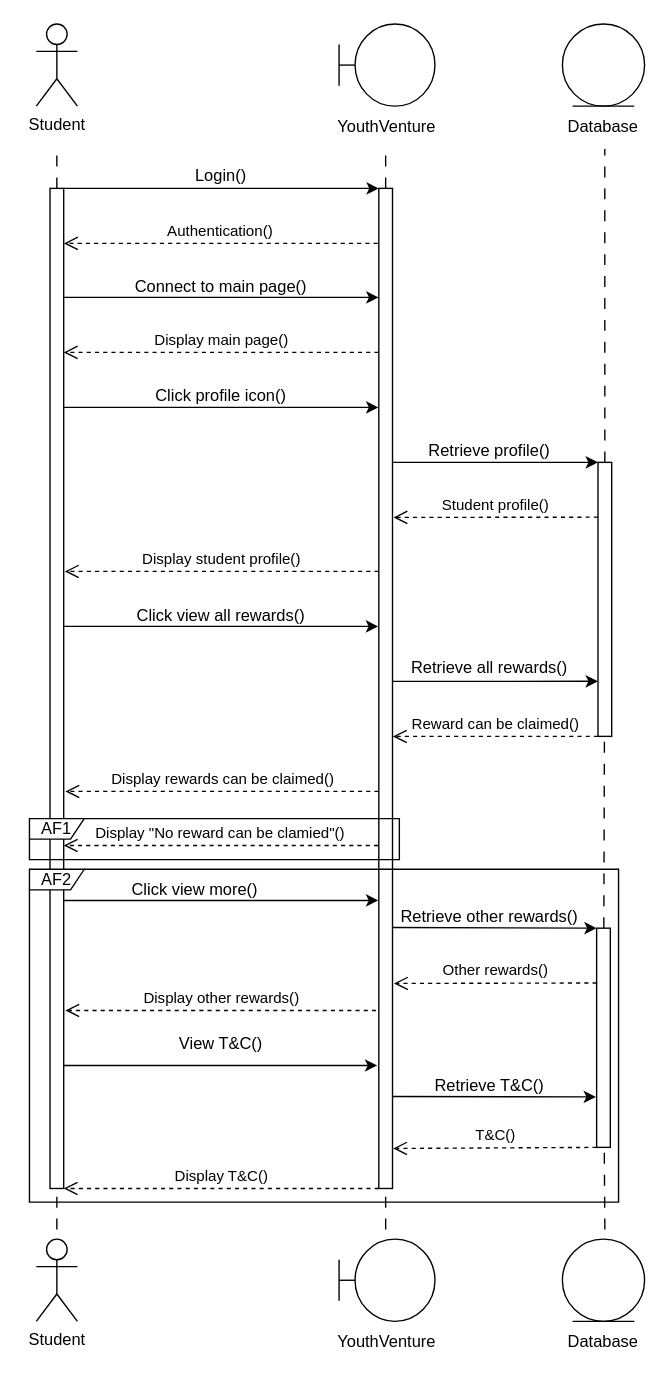
Above: sequence_diagram/UC019 seq diagram.drawio in wei2030/year2_project (draw.io), before the change. Source tidied: cells renumbered, new cells numbered last; positions are measured from the earlier drawing's top-left corner, leaving out a move shared by most shapes. Both pictures are drawn from the tidied source at 137%, with x=0, y=0 at pixel (29, 23).
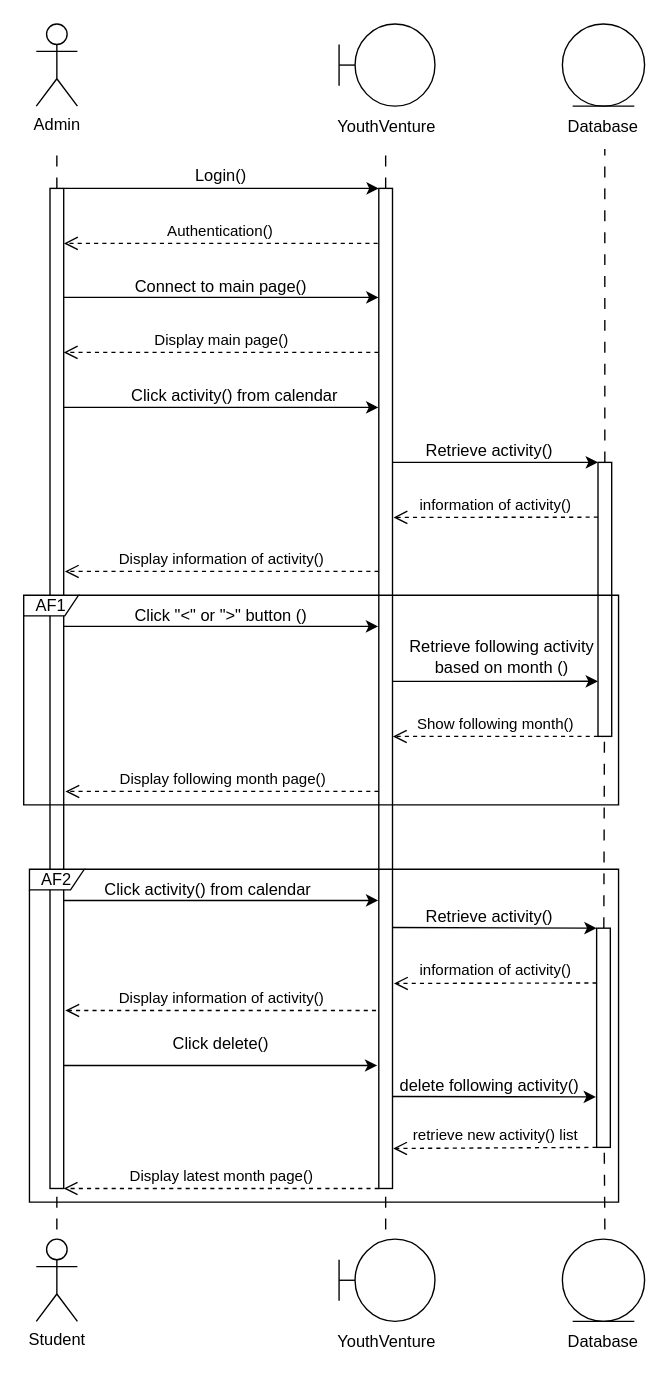
The same diagram, later.

Unchanged cells that the change refers to:
```xml
<mxCell id="12" style="rounded=0;whiteSpace=wrap;html=1;" parent="1" vertex="1">
  <mxGeometry x="15" y="120" width="10" height="730" as="geometry" />
</mxCell>
<mxCell id="14" style="rounded=0;whiteSpace=wrap;html=1;" parent="1" vertex="1">
  <mxGeometry x="255" y="120" width="10" height="730" as="geometry" />
</mxCell>
<mxCell id="24" style="rounded=0;whiteSpace=wrap;html=1;" parent="1" vertex="1">
  <mxGeometry x="415" y="320" width="10" height="200" as="geometry" />
</mxCell>
<mxCell id="49" style="rounded=0;whiteSpace=wrap;html=1;" parent="1" vertex="1">
  <mxGeometry x="414" y="660" width="10" height="160" as="geometry" />
</mxCell>
```

The edit, as a diff of the source:
```diff
@@
-    <mxCell id="2" value="Student" style="shape=umlActor;verticalLabelPosition=bottom;verticalAlign=top;html=1;" parent="1" vertex="1">
+    <mxCell id="2" value="Admin" style="shape=umlActor;verticalLabelPosition=bottom;verticalAlign=top;html=1;" parent="1" vertex="1">
       <mxGeometry x="5" width="30" height="60" as="geometry" />
     </mxCell>
@@
-    <mxCell id="22" value="Click profile icon()" style="text;html=1;strokeColor=none;fillColor=none;align=center;verticalAlign=middle;whiteSpace=wrap;rounded=0;" parent="1" vertex="1">
-      <mxGeometry x="70" y="257" width="140" height="30" as="geometry" />
+    <mxCell id="22" value="Click activity() from calendar" style="text;html=1;strokeColor=none;fillColor=none;align=center;verticalAlign=middle;whiteSpace=wrap;rounded=0;" parent="1" vertex="1">
+      <mxGeometry x="70" y="257" width="160" height="30" as="geometry" />
     </mxCell>
@@
-    <mxCell id="26" value="Retrieve profile()" style="text;html=1;strokeColor=none;fillColor=none;align=center;verticalAlign=middle;whiteSpace=wrap;rounded=0;" parent="1" vertex="1">
+    <mxCell id="26" value="Retrieve activity()" style="text;html=1;strokeColor=none;fillColor=none;align=center;verticalAlign=middle;whiteSpace=wrap;rounded=0;" parent="1" vertex="1">
       <mxGeometry x="265.8" y="297" width="140" height="30" as="geometry" />
     </mxCell>
-    <mxCell id="27" value="Student profile()" style="html=1;verticalAlign=bottom;endArrow=open;dashed=1;endSize=8;curved=0;rounded=0;exitX=-0.006;exitY=0.2;exitDx=0;exitDy=0;exitPerimeter=0;entryX=1.074;entryY=0.329;entryDx=0;entryDy=0;entryPerimeter=0;" parent="1" edge="1" source="24" target="14">
+    <mxCell id="27" value="information of activity()" style="html=1;verticalAlign=bottom;endArrow=open;dashed=1;endSize=8;curved=0;rounded=0;exitX=-0.006;exitY=0.2;exitDx=0;exitDy=0;exitPerimeter=0;entryX=1.074;entryY=0.329;entryDx=0;entryDy=0;entryPerimeter=0;" parent="1" edge="1" source="24" target="14">
       <mxGeometry relative="1" as="geometry" />
     </mxCell>
-    <mxCell id="28" value="Display student profile()" style="html=1;verticalAlign=bottom;endArrow=open;dashed=1;endSize=8;curved=0;rounded=0;exitX=-0.012;exitY=0.383;exitDx=0;exitDy=0;exitPerimeter=0;entryX=1.085;entryY=0.383;entryDx=0;entryDy=0;entryPerimeter=0;" parent="1" edge="1" source="14" target="12">
+    <mxCell id="28" value="Display information of activity()" style="html=1;verticalAlign=bottom;endArrow=open;dashed=1;endSize=8;curved=0;rounded=0;exitX=-0.012;exitY=0.383;exitDx=0;exitDy=0;exitPerimeter=0;entryX=1.085;entryY=0.383;entryDx=0;entryDy=0;entryPerimeter=0;" parent="1" edge="1" source="14" target="12">
       <mxGeometry relative="1" as="geometry" />
     </mxCell>
@@
-    <mxCell id="30" value="Click view all rewards()" style="text;html=1;strokeColor=none;fillColor=none;align=center;verticalAlign=middle;whiteSpace=wrap;rounded=0;" parent="1" vertex="1">
+    <mxCell id="30" value="Click &quot;&amp;lt;&quot; or &quot;&amp;gt;&quot; button ()" style="text;html=1;strokeColor=none;fillColor=none;align=center;verticalAlign=middle;whiteSpace=wrap;rounded=0;" parent="1" vertex="1">
       <mxGeometry x="70" y="417" width="140" height="30" as="geometry" />
     </mxCell>
@@
-    <mxCell id="32" value="Retrieve all rewards()" style="text;html=1;strokeColor=none;fillColor=none;align=center;verticalAlign=middle;whiteSpace=wrap;rounded=0;" parent="1" vertex="1">
-      <mxGeometry x="265.8" y="455" width="140" height="30" as="geometry" />
+    <mxCell id="32" value="Retrieve following activity based on month ()" style="text;html=1;strokeColor=none;fillColor=none;align=center;verticalAlign=middle;whiteSpace=wrap;rounded=0;" parent="1" vertex="1">
+      <mxGeometry x="275" y="447" width="140" height="30" as="geometry" />
     </mxCell>
-    <mxCell id="33" value="Reward can be claimed()" style="html=1;verticalAlign=bottom;endArrow=open;dashed=1;endSize=8;curved=0;rounded=0;exitX=0;exitY=1;exitDx=0;exitDy=0;entryX=1.028;entryY=0.548;entryDx=0;entryDy=0;entryPerimeter=0;" parent="1" edge="1" source="24" target="14">
+    <mxCell id="33" value="Show following month()" style="html=1;verticalAlign=bottom;endArrow=open;dashed=1;endSize=8;curved=0;rounded=0;exitX=0;exitY=1;exitDx=0;exitDy=0;entryX=1.028;entryY=0.548;entryDx=0;entryDy=0;entryPerimeter=0;" parent="1" edge="1" source="24" target="14">
       <mxGeometry relative="1" as="geometry" />
     </mxCell>
-    <mxCell id="34" value="Display rewards can be claimed()" style="html=1;verticalAlign=bottom;endArrow=open;dashed=1;endSize=8;curved=0;rounded=0;entryX=1.124;entryY=0.603;entryDx=0;entryDy=0;entryPerimeter=0;exitX=-0.018;exitY=0.603;exitDx=0;exitDy=0;exitPerimeter=0;" parent="1" edge="1" source="14" target="12">
+    <mxCell id="34" value="Display following month page()" style="html=1;verticalAlign=bottom;endArrow=open;dashed=1;endSize=8;curved=0;rounded=0;entryX=1.124;entryY=0.603;entryDx=0;entryDy=0;entryPerimeter=0;exitX=-0.018;exitY=0.603;exitDx=0;exitDy=0;exitPerimeter=0;" parent="1" edge="1" source="14" target="12">
       <mxGeometry relative="1" as="geometry" />
     </mxCell>
-    <mxCell id="35" value="Display &quot;No reward can be clamied&quot;()" style="html=1;verticalAlign=bottom;endArrow=open;dashed=1;endSize=8;curved=0;rounded=0;entryX=1.003;entryY=0.657;entryDx=0;entryDy=0;entryPerimeter=0;exitX=-0.058;exitY=0.657;exitDx=0;exitDy=0;exitPerimeter=0;" parent="1" edge="1" source="14" target="12">
-      <mxGeometry relative="1" as="geometry" />
-    </mxCell>
@@
-    <mxCell id="37" value="Click view more()" style="text;html=1;strokeColor=none;fillColor=none;align=center;verticalAlign=middle;whiteSpace=wrap;rounded=0;" parent="1" vertex="1">
-      <mxGeometry x="50.8" y="617" width="140" height="30" as="geometry" />
+    <mxCell id="37" value="Click activity() from calendar" style="text;html=1;strokeColor=none;fillColor=none;align=center;verticalAlign=middle;whiteSpace=wrap;rounded=0;" parent="1" vertex="1">
+      <mxGeometry x="50.8" y="617" width="159.2" height="30" as="geometry" />
     </mxCell>
@@
-    <mxCell id="39" value="Retrieve other rewards()" style="text;html=1;strokeColor=none;fillColor=none;align=center;verticalAlign=middle;whiteSpace=wrap;rounded=0;" parent="1" vertex="1">
+    <mxCell id="39" value="Retrieve activity()" style="text;html=1;strokeColor=none;fillColor=none;align=center;verticalAlign=middle;whiteSpace=wrap;rounded=0;" parent="1" vertex="1">
       <mxGeometry x="265.8" y="637" width="140" height="30" as="geometry" />
     </mxCell>
-    <mxCell id="40" value="Other rewards()" style="html=1;verticalAlign=bottom;endArrow=open;dashed=1;endSize=8;curved=0;rounded=0;exitX=0;exitY=0.25;exitDx=0;exitDy=0;entryX=1.107;entryY=0.795;entryDx=0;entryDy=0;entryPerimeter=0;" parent="1" edge="1" source="49" target="14">
+    <mxCell id="40" value="information of activity()" style="html=1;verticalAlign=bottom;endArrow=open;dashed=1;endSize=8;curved=0;rounded=0;exitX=0;exitY=0.25;exitDx=0;exitDy=0;entryX=1.107;entryY=0.795;entryDx=0;entryDy=0;entryPerimeter=0;" parent="1" edge="1" source="49" target="14">
       <mxGeometry relative="1" as="geometry" />
     </mxCell>
-    <mxCell id="41" value="Display other rewards()" style="html=1;verticalAlign=bottom;endArrow=open;dashed=1;endSize=8;curved=0;rounded=0;exitX=-0.2;exitY=0.822;exitDx=0;exitDy=0;exitPerimeter=0;entryX=1.118;entryY=0.822;entryDx=0;entryDy=0;entryPerimeter=0;" parent="1" edge="1" source="14" target="12">
+    <mxCell id="41" value="Display information of activity()" style="html=1;verticalAlign=bottom;endArrow=open;dashed=1;endSize=8;curved=0;rounded=0;exitX=-0.2;exitY=0.822;exitDx=0;exitDy=0;exitPerimeter=0;entryX=1.118;entryY=0.822;entryDx=0;entryDy=0;entryPerimeter=0;" parent="1" edge="1" source="14" target="12">
       <mxGeometry relative="1" as="geometry" />
     </mxCell>
@@
-    <mxCell id="43" value="View T&amp;amp;C()" style="text;html=1;strokeColor=none;fillColor=none;align=center;verticalAlign=middle;whiteSpace=wrap;rounded=0;" parent="1" vertex="1">
+    <mxCell id="43" value="Click delete()" style="text;html=1;strokeColor=none;fillColor=none;align=center;verticalAlign=middle;whiteSpace=wrap;rounded=0;" parent="1" vertex="1">
       <mxGeometry x="70" y="730" width="140" height="30" as="geometry" />
     </mxCell>
@@
-    <mxCell id="45" value="Retrieve T&amp;amp;C()" style="text;html=1;strokeColor=none;fillColor=none;align=center;verticalAlign=middle;whiteSpace=wrap;rounded=0;" parent="1" vertex="1">
+    <mxCell id="45" value="delete following activity()" style="text;html=1;strokeColor=none;fillColor=none;align=center;verticalAlign=middle;whiteSpace=wrap;rounded=0;" parent="1" vertex="1">
       <mxGeometry x="265.8" y="760" width="140" height="30" as="geometry" />
     </mxCell>
-    <mxCell id="46" value="T&amp;amp;C()" style="html=1;verticalAlign=bottom;endArrow=open;dashed=1;endSize=8;curved=0;rounded=0;exitX=0;exitY=1;exitDx=0;exitDy=0;entryX=1.048;entryY=0.96;entryDx=0;entryDy=0;entryPerimeter=0;" parent="1" edge="1" source="49" target="14">
+    <mxCell id="46" value="retrieve new activity() list" style="html=1;verticalAlign=bottom;endArrow=open;dashed=1;endSize=8;curved=0;rounded=0;exitX=0;exitY=1;exitDx=0;exitDy=0;entryX=1.048;entryY=0.96;entryDx=0;entryDy=0;entryPerimeter=0;" parent="1" edge="1" source="49" target="14">
       <mxGeometry relative="1" as="geometry" />
     </mxCell>
-    <mxCell id="47" value="Display T&amp;amp;C()" style="html=1;verticalAlign=bottom;endArrow=open;dashed=1;endSize=8;curved=0;rounded=0;exitX=0;exitY=1;exitDx=0;exitDy=0;entryX=1;entryY=1;entryDx=0;entryDy=0;" parent="1" edge="1" source="14" target="12">
+    <mxCell id="47" value="Display latest month page()" style="html=1;verticalAlign=bottom;endArrow=open;dashed=1;endSize=8;curved=0;rounded=0;exitX=0;exitY=1;exitDx=0;exitDy=0;entryX=1;entryY=1;entryDx=0;entryDy=0;" parent="1" edge="1" source="14" target="12">
       <mxGeometry relative="1" as="geometry" />
     </mxCell>
@@
-    <mxCell id="50" value="AF1" style="shape=umlFrame;whiteSpace=wrap;html=1;width=40;height=15;" parent="1" vertex="1">
-      <mxGeometry y="580" width="270" height="30" as="geometry" />
-    </mxCell>
@@
+    <mxCell id="50" value="AF1" style="shape=umlFrame;whiteSpace=wrap;html=1;width=40;height=15;" parent="1" vertex="1">
+      <mxGeometry x="-4.2" y="417" width="434.2" height="153" as="geometry" />
+    </mxCell>
```
